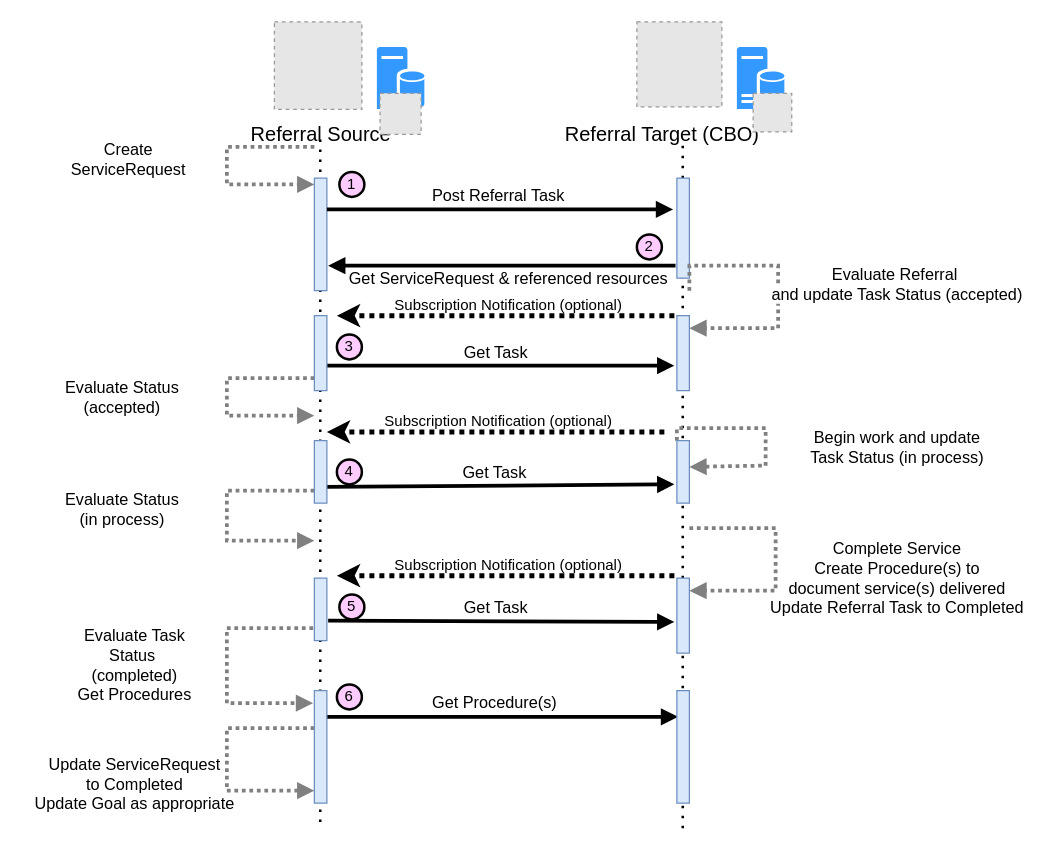
HL7/fhir-sdoh-clinicalcare keeps this draw.io diagram as Images Source/DetailedDirectReferral.drawio. Above is the earlier version. Source tidied: cells renumbered, new cells numbered last; positions are measured from the earlier drawing's top-left corner, leaving out a move shared by most shapes. Both pictures are drawn from the tidied source at 125%, with x=0, y=0 at pixel (21, 21). Pictures stored in the file or linked from it are replaced by grey dashed boxes.
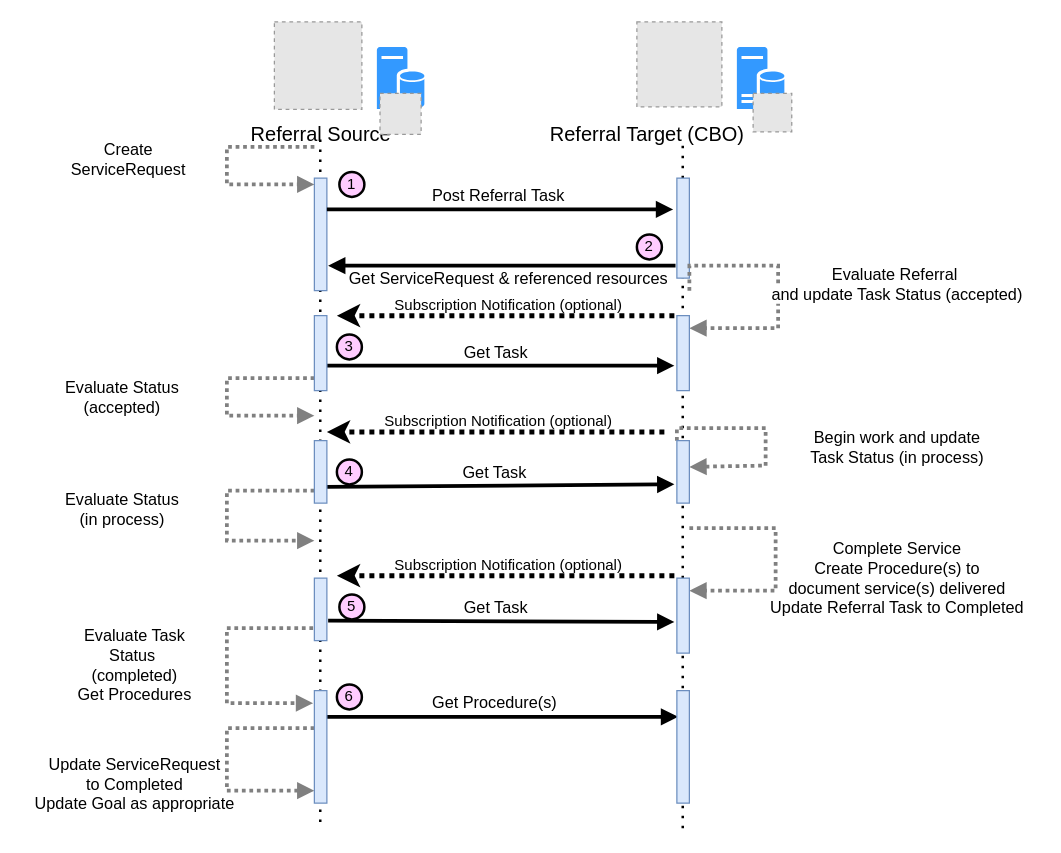
The same page after the edit.

Commit message (it also covers changes not shown here):
trying to get label change to stick

Diff of the diagram source:
```diff
@@
-    <mxCell id="39" value="Referral Target (CBO)" style="text;html=1;align=center;verticalAlign=middle;strokeColor=none;fillColor=none;fontSize=16;" parent="1" vertex="1">
-      <mxGeometry x="422" y="75" width="180" height="30" as="geometry" />
+    <mxCell id="39" value="Referral Target (CBO)" style="text;html=1;align=center;verticalAlign=middle;strokeColor=none;fillColor=none;fontSize=16;rotation=0;" parent="1" vertex="1">
+      <mxGeometry x="410" y="75" width="180" height="30" as="geometry" />
     </mxCell>
```
